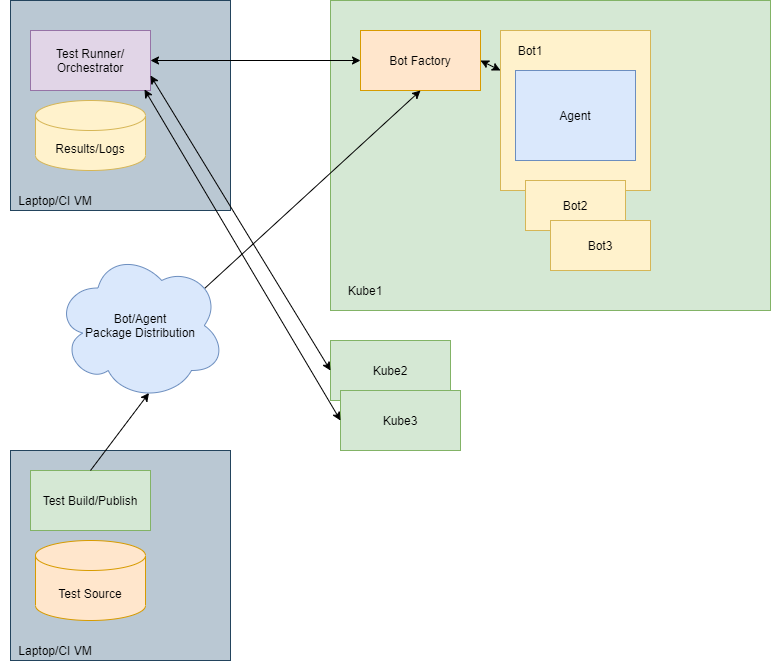
Above: docs/content/diagrams/bot-agent-testing.png in dxos/gravity (draw.io), before the change. Source tidied: cells renumbered, new cells last; positions are measured from the earlier drawing's top-left corner, leaving out a move shared by most shapes. Its diagram source:
```xml
<mxGraphModel>
  <root>
    <mxCell id="0" />
    <mxCell id="1" parent="0" />
    <mxCell id="2" style="rounded=0;whiteSpace=wrap;html=1;fillColor=#bac8d3;strokeColor=#23445d;" parent="1" vertex="1">
      <mxGeometry x="10" width="220" height="210" as="geometry" />
    </mxCell>
    <mxCell id="3" style="rounded=0;whiteSpace=wrap;html=1;fillColor=#d5e8d4;strokeColor=#82b366;" parent="1" vertex="1">
      <mxGeometry x="330" width="440" height="310" as="geometry" />
    </mxCell>
    <mxCell id="4" style="rounded=0;whiteSpace=wrap;html=1;fillColor=#fff2cc;strokeColor=#d6b656;" parent="1" vertex="1">
      <mxGeometry x="500" y="30" width="150" height="160" as="geometry" />
    </mxCell>
    <mxCell id="5" value="Bot Factory" style="rounded=0;whiteSpace=wrap;html=1;fillColor=#ffe6cc;strokeColor=#d79b00;" parent="1" vertex="1">
      <mxGeometry x="360" y="30" width="120" height="60" as="geometry" />
    </mxCell>
    <mxCell id="6" value="Kube1" style="text;html=1;strokeColor=none;fillColor=none;align=center;verticalAlign=middle;whiteSpace=wrap;rounded=0;" parent="1" vertex="1">
      <mxGeometry x="340" y="280" width="50" height="20" as="geometry" />
    </mxCell>
    <mxCell id="7" value="Kube2" style="rounded=0;whiteSpace=wrap;html=1;fillColor=#d5e8d4;strokeColor=#82b366;" parent="1" vertex="1">
      <mxGeometry x="330" y="340" width="120" height="60" as="geometry" />
    </mxCell>
    <mxCell id="8" value="Kube3" style="rounded=0;whiteSpace=wrap;html=1;fillColor=#d5e8d4;strokeColor=#82b366;" parent="1" vertex="1">
      <mxGeometry x="340" y="390" width="120" height="60" as="geometry" />
    </mxCell>
    <mxCell id="9" value="Bot2" style="rounded=0;whiteSpace=wrap;html=1;fillColor=#fff2cc;strokeColor=#d6b656;" parent="1" vertex="1">
      <mxGeometry x="525" y="180" width="100" height="50" as="geometry" />
    </mxCell>
    <mxCell id="10" value="Bot3" style="rounded=0;whiteSpace=wrap;html=1;fillColor=#fff2cc;strokeColor=#d6b656;" parent="1" vertex="1">
      <mxGeometry x="550" y="220" width="100" height="50" as="geometry" />
    </mxCell>
    <mxCell id="11" value="Bot1" style="text;html=1;strokeColor=none;fillColor=none;align=center;verticalAlign=middle;whiteSpace=wrap;rounded=0;" parent="1" vertex="1">
      <mxGeometry x="510" y="40" width="40" height="20" as="geometry" />
    </mxCell>
    <mxCell id="12" value="Agent" style="rounded=0;whiteSpace=wrap;html=1;fillColor=#dae8fc;strokeColor=#6c8ebf;" parent="1" vertex="1">
      <mxGeometry x="515" y="70" width="120" height="90" as="geometry" />
    </mxCell>
    <mxCell id="13" value="Test Runner/&lt;br&gt;Orchestrator" style="rounded=0;whiteSpace=wrap;html=1;fillColor=#e1d5e7;strokeColor=#9673a6;" parent="1" vertex="1">
      <mxGeometry x="30" y="30" width="120" height="60" as="geometry" />
    </mxCell>
    <mxCell id="14" value="Laptop/CI VM" style="text;html=1;strokeColor=none;fillColor=none;align=center;verticalAlign=middle;whiteSpace=wrap;rounded=0;" parent="1" vertex="1">
      <mxGeometry y="190" width="110" height="20" as="geometry" />
    </mxCell>
    <mxCell id="15" value="Results/Logs" style="shape=cylinder3;whiteSpace=wrap;html=1;boundedLbl=1;backgroundOutline=1;size=15;fillColor=#fff2cc;strokeColor=#d6b656;" parent="1" vertex="1">
      <mxGeometry x="35" y="100" width="110" height="70" as="geometry" />
    </mxCell>
    <mxCell id="16" value="Bot/Agent&lt;br&gt;Package Distribution" style="ellipse;shape=cloud;whiteSpace=wrap;html=1;fillColor=#dae8fc;strokeColor=#6c8ebf;" parent="1" vertex="1">
      <mxGeometry x="55" y="250" width="170" height="150" as="geometry" />
    </mxCell>
    <mxCell id="17" style="endArrow=classic;html=1;entryX=0.5;entryY=1;entryDx=0;entryDy=0;exitX=0.88;exitY=0.25;exitDx=0;exitDy=0;exitPerimeter=0;" parent="1" edge="1" source="16" target="5">
      <mxGeometry relative="1" as="geometry" />
    </mxCell>
    <mxCell id="18" style="rounded=0;whiteSpace=wrap;html=1;fillColor=#bac8d3;strokeColor=#23445d;" parent="1" vertex="1">
      <mxGeometry x="10" y="450" width="220" height="210" as="geometry" />
    </mxCell>
    <mxCell id="19" value="Laptop/CI VM" style="text;html=1;strokeColor=none;fillColor=none;align=center;verticalAlign=middle;whiteSpace=wrap;rounded=0;" parent="1" vertex="1">
      <mxGeometry y="640" width="110" height="20" as="geometry" />
    </mxCell>
    <mxCell id="20" value="Test Build/Publish" style="rounded=0;whiteSpace=wrap;html=1;fillColor=#d5e8d4;strokeColor=#82b366;" parent="1" vertex="1">
      <mxGeometry x="30" y="470" width="120" height="60" as="geometry" />
    </mxCell>
    <mxCell id="21" value="Test Source" style="shape=cylinder3;whiteSpace=wrap;html=1;boundedLbl=1;backgroundOutline=1;size=15;fillColor=#ffe6cc;strokeColor=#d79b00;" parent="1" vertex="1">
      <mxGeometry x="35" y="540" width="110" height="80" as="geometry" />
    </mxCell>
    <mxCell id="22" style="endArrow=classic;html=1;entryX=0.55;entryY=0.95;entryDx=0;entryDy=0;entryPerimeter=0;exitX=0.5;exitY=0;exitDx=0;exitDy=0;" parent="1" edge="1" source="20" target="16">
      <mxGeometry relative="1" as="geometry" />
    </mxCell>
    <mxCell id="23" style="endArrow=classic;startArrow=classic;html=1;entryX=0;entryY=0.5;entryDx=0;entryDy=0;exitX=1;exitY=0.5;exitDx=0;exitDy=0;" parent="1" edge="1" source="13" target="5">
      <mxGeometry relative="1" as="geometry" />
    </mxCell>
    <mxCell id="24" style="endArrow=classic;startArrow=classic;html=1;exitX=1;exitY=0.75;exitDx=0;exitDy=0;entryX=0;entryY=0.5;entryDx=0;entryDy=0;" parent="1" edge="1" source="13" target="7">
      <mxGeometry relative="1" as="geometry" />
    </mxCell>
    <mxCell id="25" style="endArrow=classic;startArrow=classic;html=1;exitX=0.95;exitY=0.983;exitDx=0;exitDy=0;exitPerimeter=0;entryX=0;entryY=0.5;entryDx=0;entryDy=0;" parent="1" edge="1" source="13" target="8">
      <mxGeometry relative="1" as="geometry" />
    </mxCell>
    <mxCell id="26" style="endArrow=classic;startArrow=classic;html=1;entryX=0;entryY=0.25;entryDx=0;entryDy=0;exitX=1;exitY=0.5;exitDx=0;exitDy=0;" parent="1" edge="1" source="5" target="4">
      <mxGeometry relative="1" as="geometry" />
    </mxCell>
  </root>
</mxGraphModel>
```
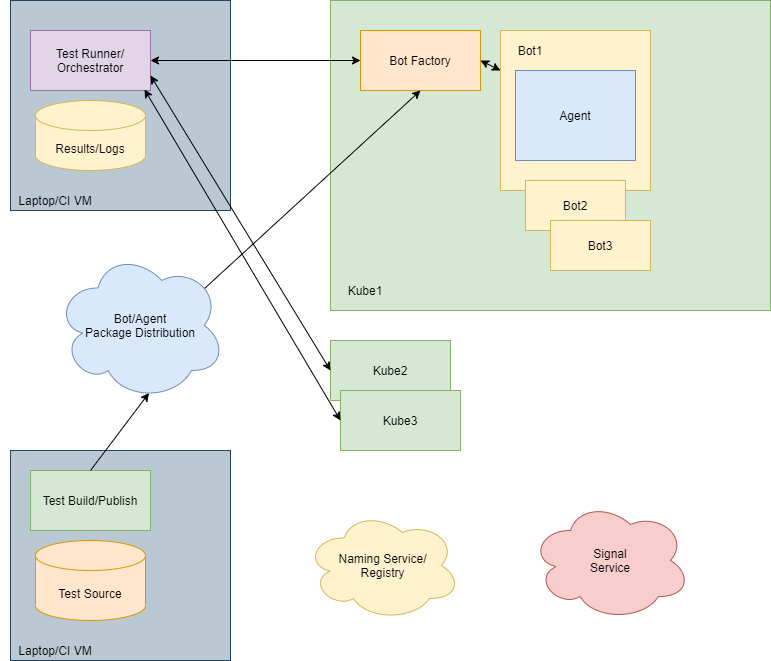
The same diagram one commit later.

What changed in the source:
```diff
@@ -77,5 +77,11 @@
     <mxCell id="26" style="endArrow=classic;startArrow=classic;html=1;entryX=0;entryY=0.25;entryDx=0;entryDy=0;exitX=1;exitY=0.5;exitDx=0;exitDy=0;" parent="1" edge="1" source="5" target="4">
       <mxGeometry relative="1" as="geometry" />
     </mxCell>
+    <mxCell id="27" value="Signal&lt;br&gt;Service" style="ellipse;shape=cloud;whiteSpace=wrap;html=1;fillColor=#f8cecc;strokeColor=#b85450;" parent="1" vertex="1">
+      <mxGeometry x="530" y="500" width="160" height="120" as="geometry" />
+    </mxCell>
+    <mxCell id="28" value="Naming Service/&lt;br&gt;Registry" style="ellipse;shape=cloud;whiteSpace=wrap;html=1;fillColor=#fff2cc;strokeColor=#d6b656;" parent="1" vertex="1">
+      <mxGeometry x="305" y="510" width="155" height="110" as="geometry" />
+    </mxCell>
   </root>
 </mxGraphModel>
```
